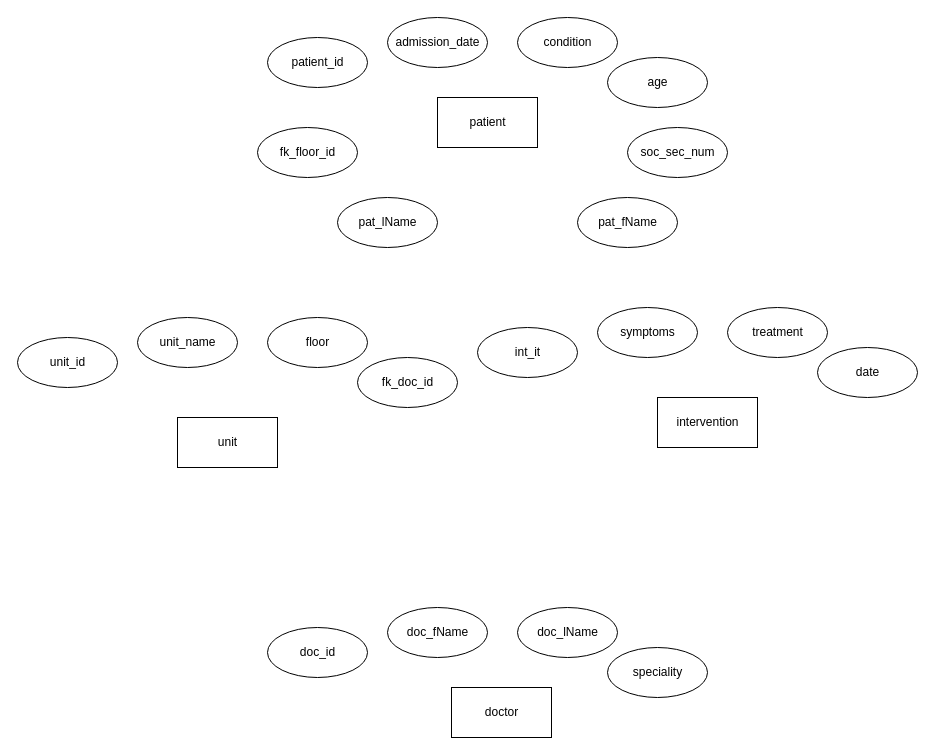
The draw.io diagram page "Page-2" (2 of 4) of claus/healthcenter.drawio in OinkoIT/BE16-MySQL-DAY2-Claus-Markus, before the edit. Source tidied: cells renumbered, new cells numbered last; positions are measured from the earlier drawing's top-left corner, leaving out a move shared by most shapes. Both pictures are drawn from the tidied source at 100%, with x=0, y=0 at pixel (17, 17).
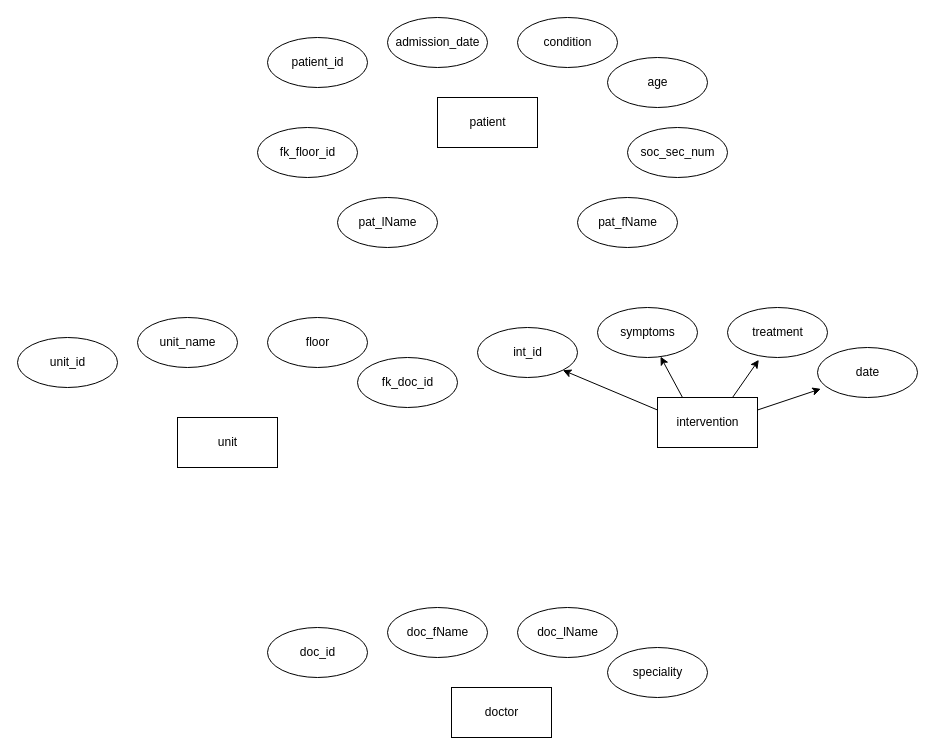
After the change.

The change refers to these unchanged cells:
```xml
<mxCell id="4" value="intervention" style="html=1;dashed=0;whitespace=wrap;" parent="1" vertex="1">
  <mxGeometry x="640" y="380" width="100" height="50" as="geometry" />
</mxCell>
<mxCell id="22" value="symptoms" style="shape=ellipse;html=1;dashed=0;whitespace=wrap;perimeter=ellipsePerimeter;" parent="1" vertex="1">
  <mxGeometry x="580" y="290" width="100" height="50" as="geometry" />
</mxCell>
<mxCell id="23" value="treatment" style="shape=ellipse;html=1;dashed=0;whitespace=wrap;perimeter=ellipsePerimeter;" parent="1" vertex="1">
  <mxGeometry x="710" y="290" width="100" height="50" as="geometry" />
</mxCell>
<mxCell id="24" value="date" style="shape=ellipse;html=1;dashed=0;whitespace=wrap;perimeter=ellipsePerimeter;" parent="1" vertex="1">
  <mxGeometry x="800" y="330" width="100" height="50" as="geometry" />
</mxCell>
```

Diff of the diagram source:
```diff
@@
+    <mxCell id="26" style="edgeStyle=none;html=1;exitX=0;exitY=0.25;exitDx=0;exitDy=0;entryX=1;entryY=1;entryDx=0;entryDy=0;" parent="1" edge="1" source="4" target="21">
+      <mxGeometry relative="1" as="geometry" />
+    </mxCell>
+    <mxCell id="27" style="edgeStyle=none;html=1;exitX=0.25;exitY=0;exitDx=0;exitDy=0;" parent="1" edge="1" source="4" target="22">
+      <mxGeometry relative="1" as="geometry" />
+    </mxCell>
+    <mxCell id="28" style="edgeStyle=none;html=1;exitX=0.75;exitY=0;exitDx=0;exitDy=0;entryX=0.313;entryY=1.047;entryDx=0;entryDy=0;entryPerimeter=0;" parent="1" edge="1" source="4" target="23">
+      <mxGeometry relative="1" as="geometry" />
+    </mxCell>
+    <mxCell id="29" style="edgeStyle=none;html=1;exitX=1;exitY=0.25;exitDx=0;exitDy=0;entryX=0.033;entryY=0.827;entryDx=0;entryDy=0;entryPerimeter=0;" parent="1" edge="1" source="4" target="24">
+      <mxGeometry relative="1" as="geometry" />
+    </mxCell>
@@
-    <mxCell id="21" value="int_it" style="shape=ellipse;html=1;dashed=0;whitespace=wrap;perimeter=ellipsePerimeter;" parent="1" vertex="1">
+    <mxCell id="21" value="int_id" style="shape=ellipse;html=1;dashed=0;whitespace=wrap;perimeter=ellipsePerimeter;" parent="1" vertex="1">
       <mxGeometry x="460" y="310" width="100" height="50" as="geometry" />
     </mxCell>
```
